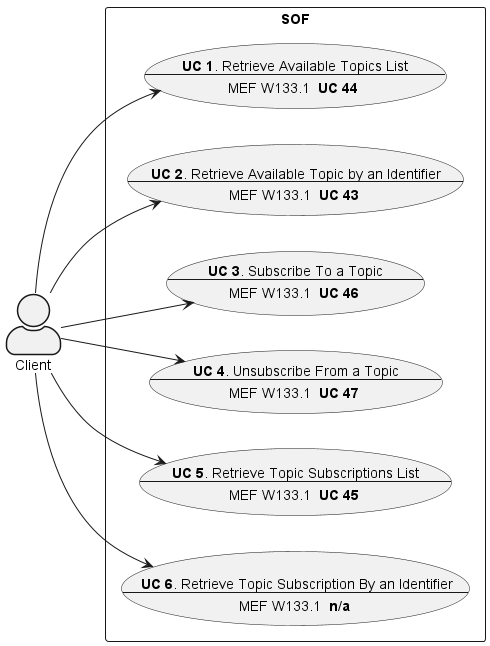
Above: documentation/serviceApi/pm/streaming/media/useCases.png in MEF-GIT/MEF-LSO-Legato-SDK (PlantUML), before the change.
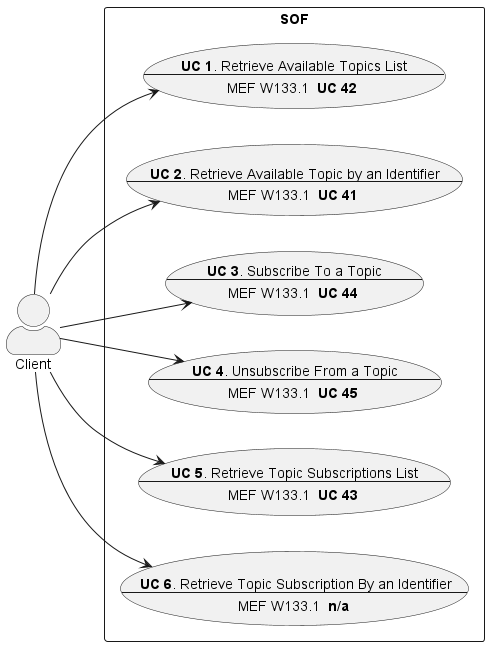
The same diagram one commit later.

Diff of the diagram source:
```diff
@@ -6,47 +6,14 @@
 left to right direction
 actor Client
 
-!$clientUC = {
-  "data" : [
-    {
-      "id": "1",
-      "desc": "Retrieve Available Topics List",
-      "mapping": "UC 44"
-    },
-    {
-      "id": "2",
-      "desc": "Retrieve Available Topic by an Identifier",
-      "mapping": "UC 43"
-    },
-    {
-      "id": "3",
-      "desc": "Subscribe To a Topic",
-      "mapping": "UC 46"
-    },
-    {
-      "id": "4",
-      "desc": "Unsubscribe From a Topic",
-      "mapping": "UC 47"
-    },
-    {
-      "id": "5",
-      "desc": "Retrieve Topic Subscriptions List",
-      "mapping": "UC 45"
-    },
-    {
-      "id": "6",
-      "desc": "Retrieve Topic Subscription By an Identifier",
-      "mapping": "n/a"
-    }
-  ]
-}
+!$clientUCs = %load_json("../uc_data.json")
 
 
 rectangle SOF {
-!foreach $item in $clientUC.data
+!foreach $item in $clientUCs
 !$ucID="UC"+$item.id
 usecase $ucID as "
-<b>UC $item.id</b>. $item.desc
+<b>UC $item.id</b>. $item.title
 --
 MEF W133.1 <b> $item.mapping </b>
 "
```
